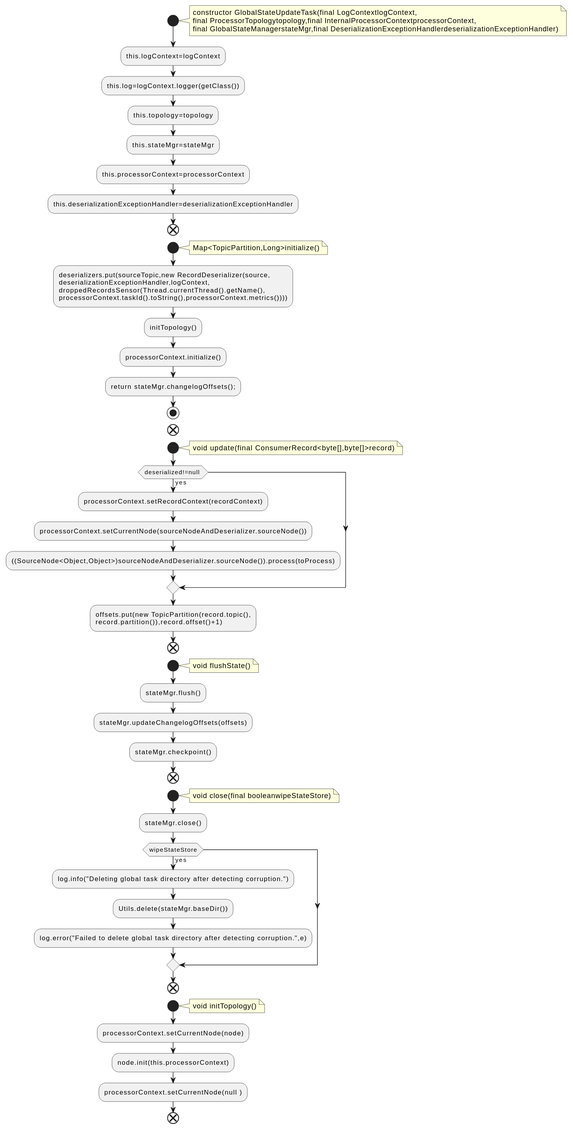
This is docs/qc/streams/src/main/java/org/apache/kafka/streams/processor/internals/GlobalStateUpdateTask.java.fct.svg from qualitesys/kafka, a PlantUML export, as it was before one commit.
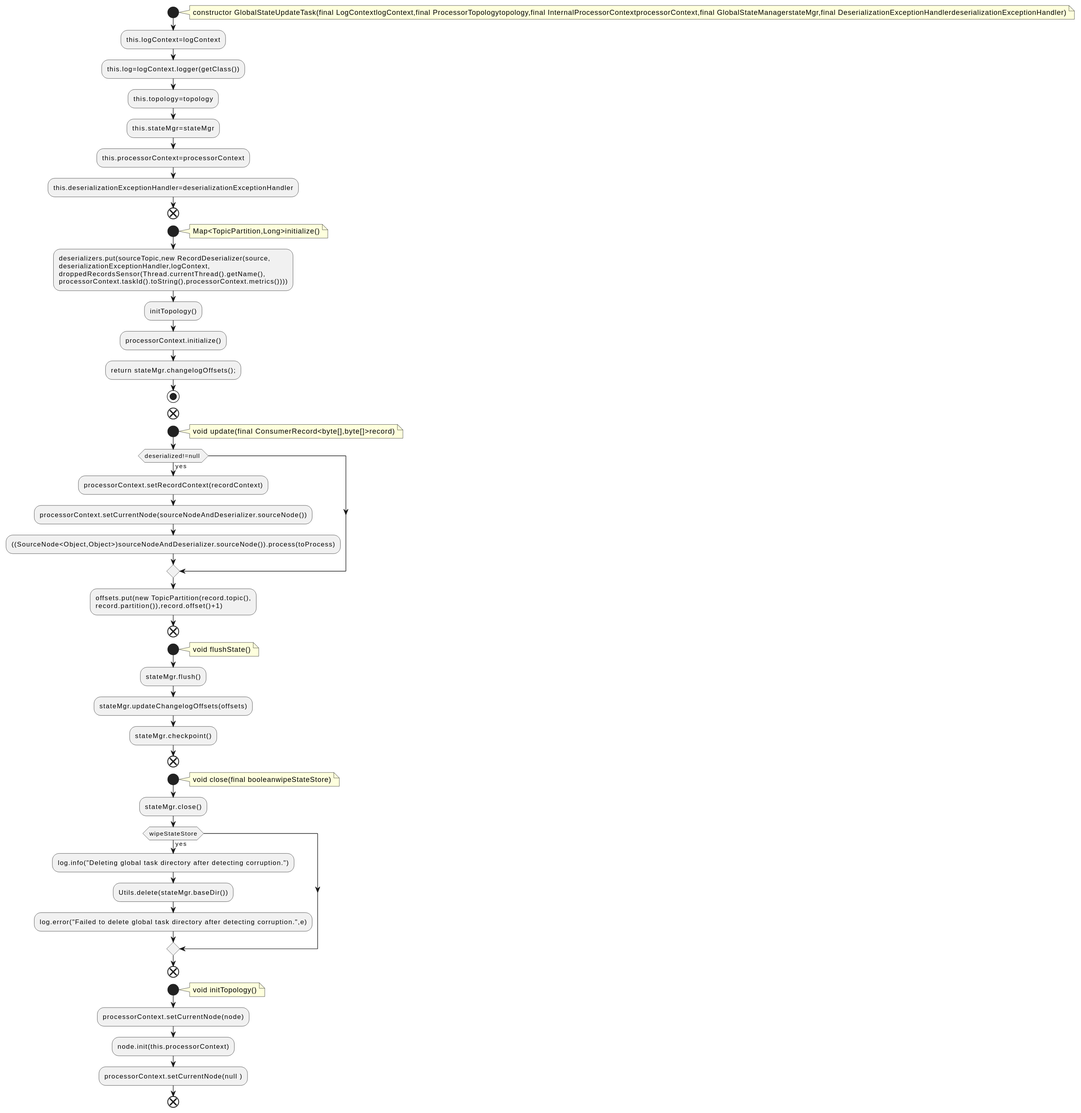
After the change.

What changed in the source:
```diff
@@ -2,9 +2,7 @@
 !pragma layout smetana
 start
 note right
-constructor GlobalStateUpdateTask(final LogContextlogContext,
-final ProcessorTopologytopology,final InternalProcessorContextprocessorContext,
-final GlobalStateManagerstateMgr,final DeserializationExceptionHandlerdeserializationExceptionHandler)
+constructor GlobalStateUpdateTask(final LogContextlogContext,final ProcessorTopologytopology,final InternalProcessorContextprocessorContext,final GlobalStateManagerstateMgr,final DeserializationExceptionHandlerdeserializationExceptionHandler)
 end note
 :this.logContext=logContext;
 :this.log=logContext.logger(getClass());
```
